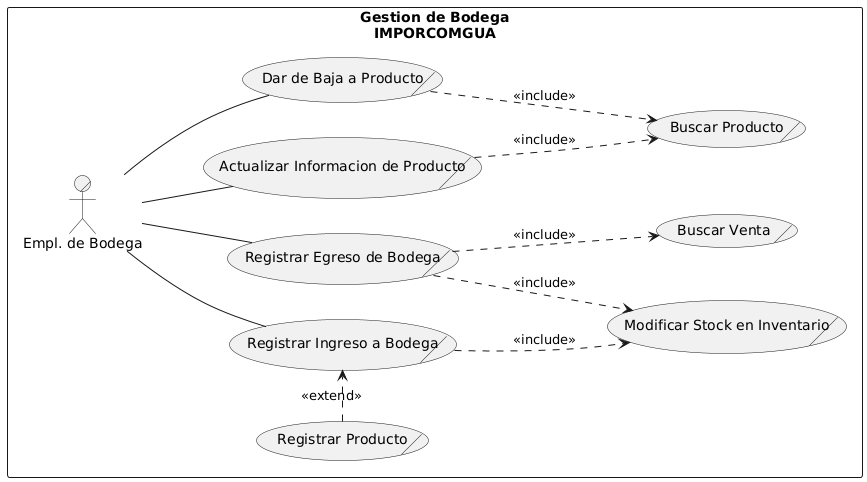
Earlier version of the PlantUML export docs/assets/cdu/CDU-GESTION-BODEGA.png (LuisCif-20/AYD2_V1S2025_PROYECTO_G9).
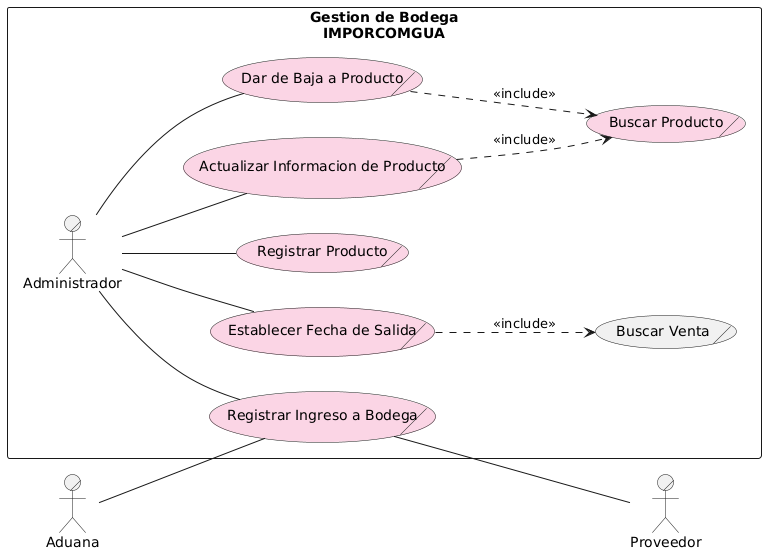
Later version of the same file.

Diff of the diagram source:
```diff
@@ -3,33 +3,34 @@
 
 skinparam packageStyle rectangle
 
+actor/ Proveedor
+actor/ Aduana
+
 rectangle "Gestion de Bodega\nIMPORCOMGUA" {
 
-    actor/ "Empl. de Bodega" as Bodega
+    actor/ Administrador
 
-    usecase/ "Registrar Ingreso a Bodega" as RII
-    usecase/ "Registrar Egreso de Bodega" as REI
-    usecase/ "Modificar Stock en Inventario" as MSI
-    usecase/ "Registrar Producto" as RP
-    usecase/ "Actualizar Informacion de Producto" as AP
-    usecase/ "Dar de Baja a Producto" as DP
-    usecase/ "Buscar Producto" as BP
+    usecase/ "Registrar Ingreso a Bodega" as RII #FBD5E5
+    usecase/ "Establecer Fecha de Salida" as REI #FBD5E5
+    usecase/ "Registrar Producto" as RP #FBD5E5
+    usecase/ "Actualizar Informacion de Producto" as AP #FBD5E5
+    usecase/ "Dar de Baja a Producto" as DP #FBD5E5
+    usecase/ "Buscar Producto" as BP #FBD5E5
     usecase/ "Buscar Venta" as BV
 
-    Bodega -- RII
-    Bodega -- REI
-    Bodega -- AP
-    Bodega -- DP
-
-    RII ..> MSI : <<include>>
-    REI ..> MSI : <<include>>
+    Administrador -- RII
+    Administrador -- REI
+    Administrador -- AP
+    Administrador -- DP
+    Administrador -- RP
 
     REI ..> BV : <<include>>
-
-    RP .right.> RII : <<extend>>
 
     AP ..> BP : <<include>>
     DP ..> BP : <<include>>
 
+    Proveedor -up- RII
+    Aduana -- RII
+
 }
 @enduml
```
